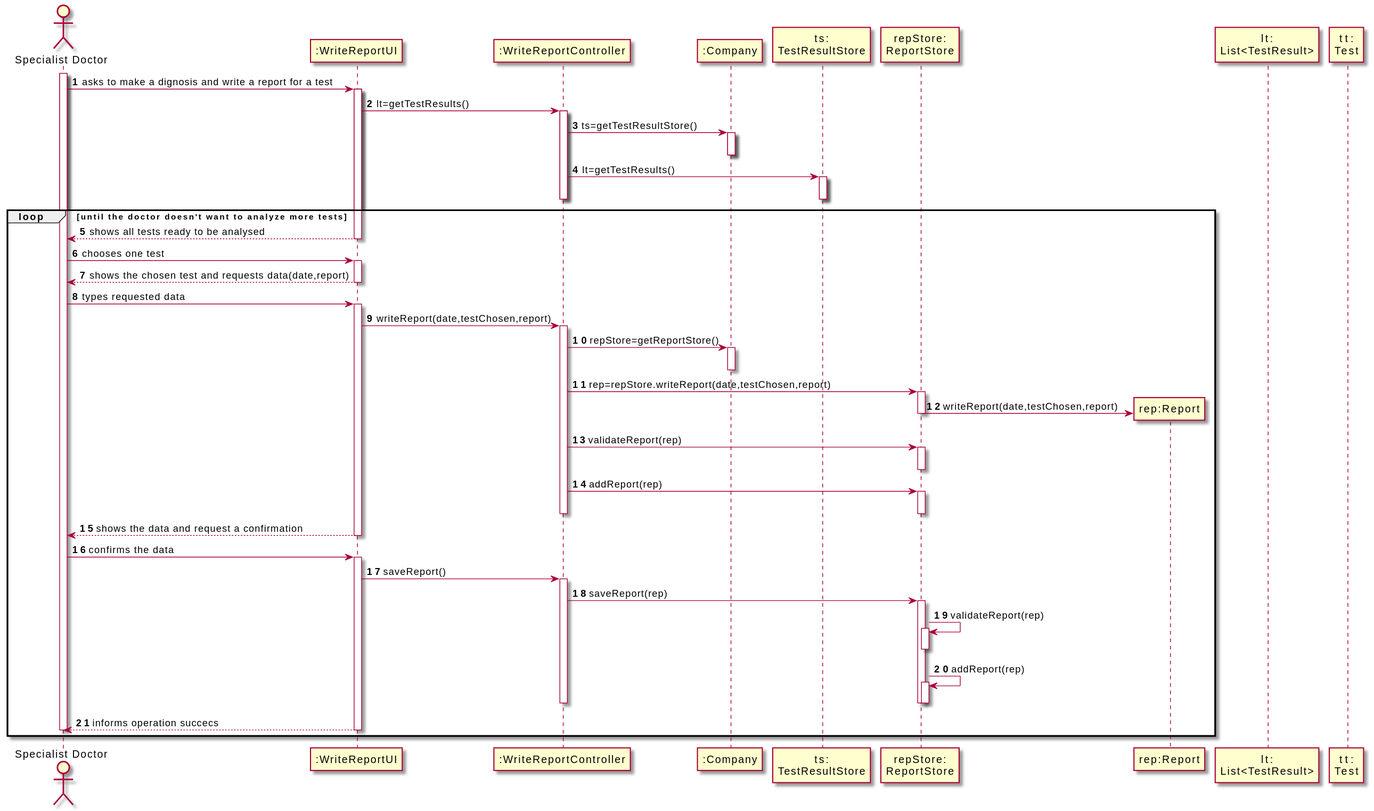
The PlantUML diagram docs/SprintC/US_14/ImagesUsed/US14_SD.svg in RuiRioPina/LAPR2-20-21, before a commit.
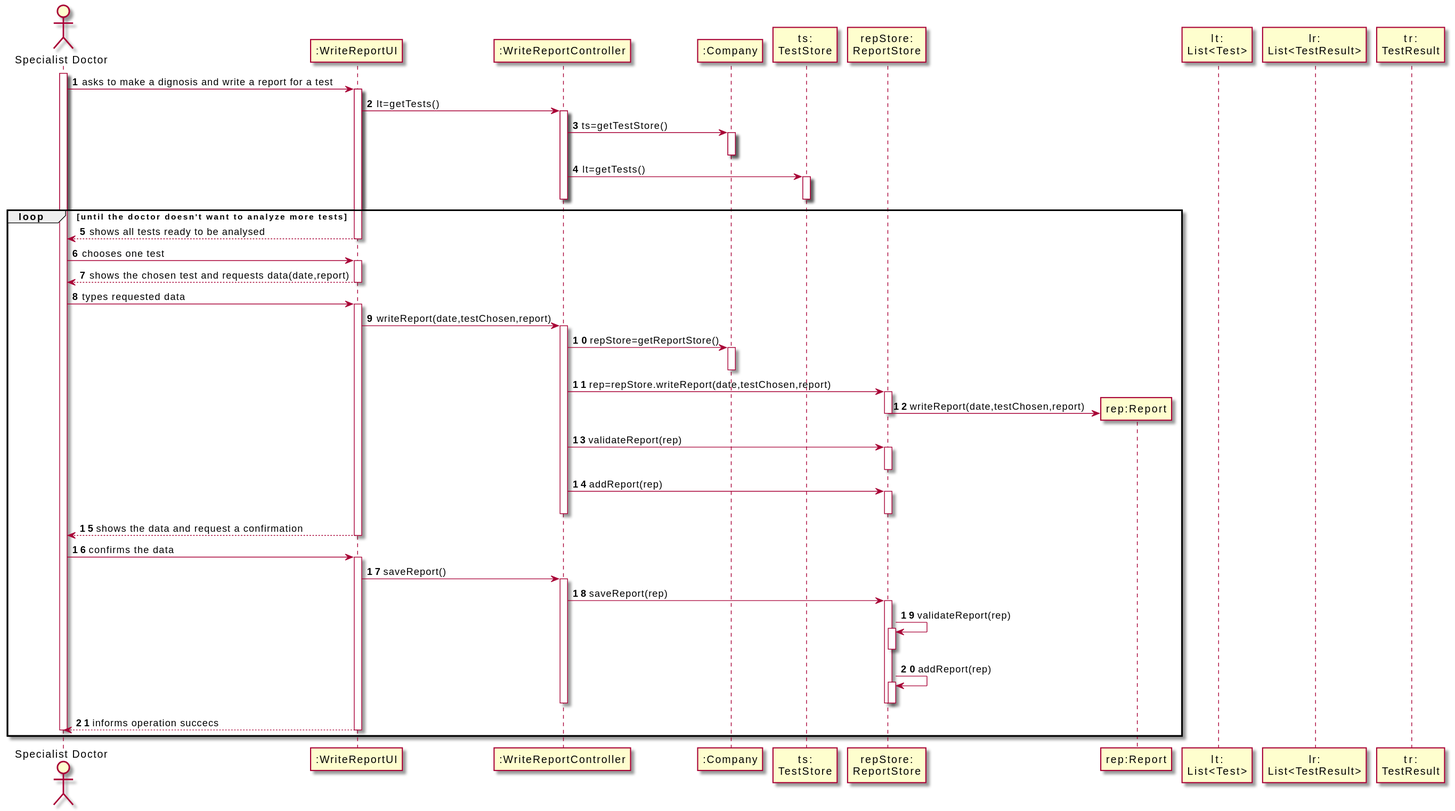
The same diagram one commit later.

Change to the diagram source:
```diff
@@ -5,24 +5,25 @@
 participant ":WriteReportUI" as UI
 participant ":WriteReportController" as CTRL
 participant ":Company" as CMP
-participant "ts:\nTestResultStore" as TRSTORE
+participant "ts:\nTestStore" as TSTORE
 participant "repStore:\nReportStore" as STORE
 participant "rep:Report" as REP
-participant "lt:\nList<TestResult>" as LT
-participant "tt:\nTest" as TT
+participant "lt:\nList<Test>" as LT
+participant "lr:\nList<TestResult>" as LR
+participant "tr:\nTestResult" as TR
 
 
 activate SD
 SD-> UI : asks to make a dignosis and write a report for a test
 activate UI
-UI -> CTRL : lt=getTestResults()
+UI -> CTRL : lt=getTests()
 activate CTRL
-CTRL -> CMP: ts=getTestResultStore()
+CTRL -> CMP: ts=getTestStore()
 activate CMP
 deactivate CMP
-CTRL -> TRSTORE : lt=getTestResults()
-activate TRSTORE
-deactivate TRSTORE
+CTRL -> TSTORE : lt=getTests()
+activate TSTORE
+deactivate TSTORE
 deactivate CTRL
 loop until the doctor doesn't want to analyze more tests
 UI -->SD : shows all tests ready to be analysed
```
